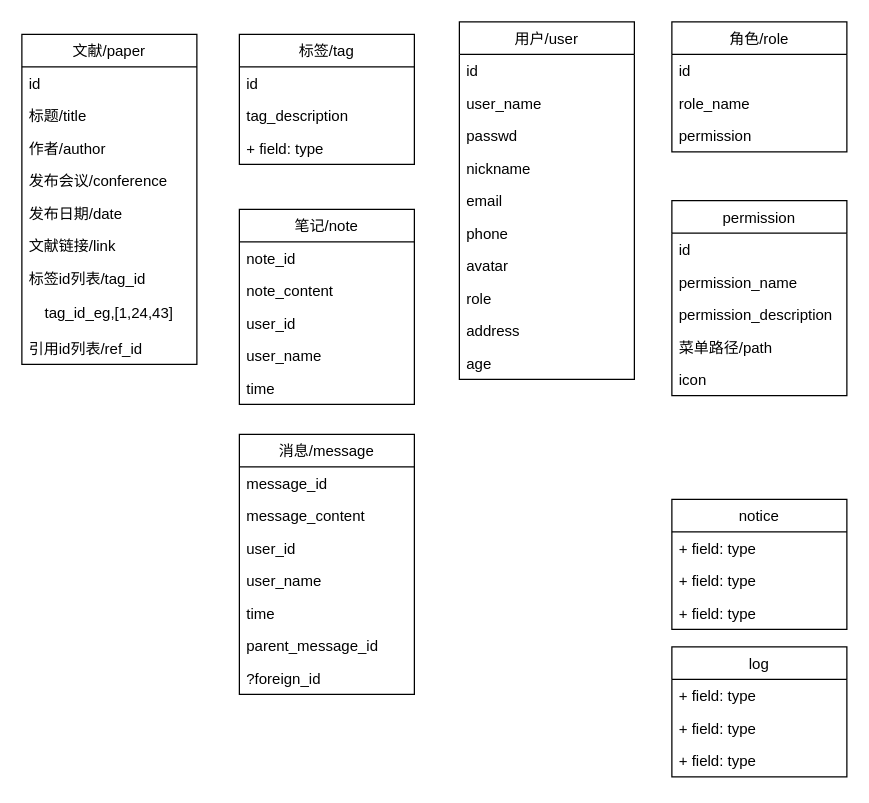
Earlier version of the draw.io diagram doc/paper.drawio (853870536/database-project). Source tidied: cells renumbered, new cells numbered last; positions are measured from the earlier drawing's top-left corner, leaving out a move shared by most shapes. Both pictures are drawn from the tidied source at 125%, with x=0, y=0 at pixel (21, 21).
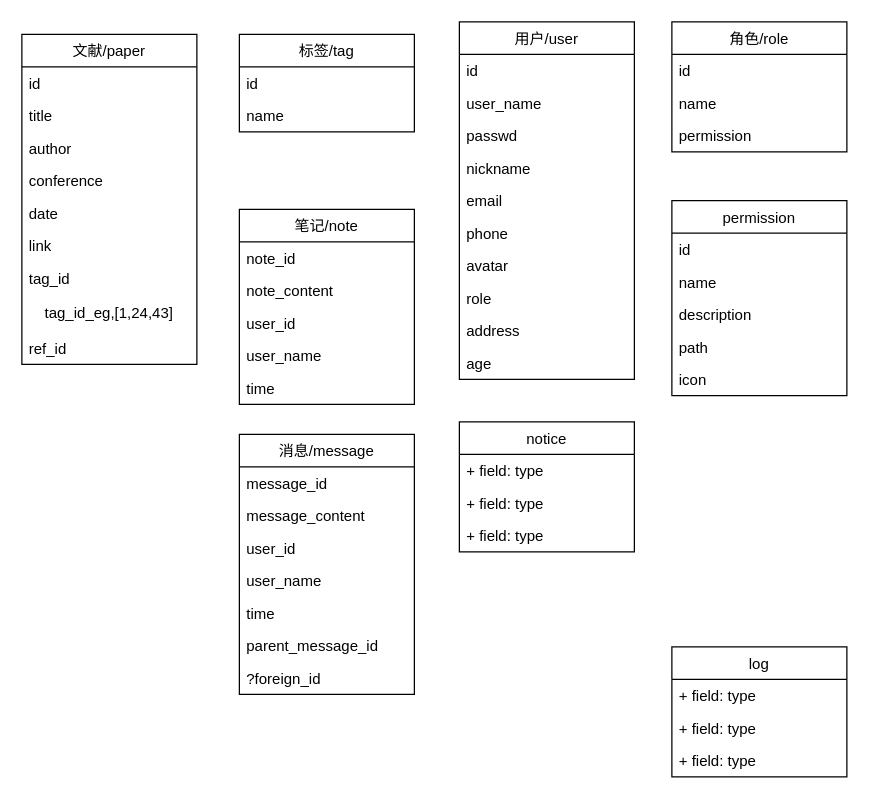
The same diagram, later.

The change refers to these unchanged cells:
```xml
<mxCell id="2" value="文献/paper" style="swimlane;fontStyle=0;horizontal=1;startSize=26;fillColor=none;" parent="1" vertex="1">
  <mxGeometry y="10" width="140" height="264" as="geometry" />
</mxCell>
<mxCell id="27" value="角色/role" style="swimlane;fontStyle=0;horizontal=1;startSize=26;fillColor=none;" parent="1" vertex="1">
  <mxGeometry x="520" width="140" height="104" as="geometry" />
</mxCell>
<mxCell id="31" value="permission" style="swimlane;fontStyle=0;horizontal=1;startSize=26;fillColor=none;" parent="1" vertex="1">
  <mxGeometry x="520" y="143" width="140" height="156" as="geometry" />
</mxCell>
```

What changed in the source:
```diff
@@
-    <mxCell id="4" value="标题/title" style="text;strokeColor=none;fillColor=none;align=left;verticalAlign=top;spacingLeft=4;spacingRight=4;overflow=hidden;" parent="2" vertex="1">
+    <mxCell id="4" value="title" style="text;strokeColor=none;fillColor=none;align=left;verticalAlign=top;spacingLeft=4;spacingRight=4;overflow=hidden;" parent="2" vertex="1">
       <mxGeometry y="52" width="140" height="26" as="geometry" />
     </mxCell>
-    <mxCell id="5" value="作者/author" style="text;strokeColor=none;fillColor=none;align=left;verticalAlign=top;spacingLeft=4;spacingRight=4;overflow=hidden;" parent="2" vertex="1">
+    <mxCell id="5" value="author" style="text;strokeColor=none;fillColor=none;align=left;verticalAlign=top;spacingLeft=4;spacingRight=4;overflow=hidden;" parent="2" vertex="1">
       <mxGeometry y="78" width="140" height="26" as="geometry" />
     </mxCell>
-    <mxCell id="6" value="发布会议/conference" style="text;strokeColor=none;fillColor=none;align=left;verticalAlign=top;spacingLeft=4;spacingRight=4;overflow=hidden;" parent="2" vertex="1">
+    <mxCell id="6" value="conference" style="text;strokeColor=none;fillColor=none;align=left;verticalAlign=top;spacingLeft=4;spacingRight=4;overflow=hidden;" parent="2" vertex="1">
       <mxGeometry y="104" width="140" height="26" as="geometry" />
     </mxCell>
-    <mxCell id="7" value="发布日期/date" style="text;strokeColor=none;fillColor=none;align=left;verticalAlign=top;spacingLeft=4;spacingRight=4;overflow=hidden;" parent="2" vertex="1">
+    <mxCell id="7" value="date" style="text;strokeColor=none;fillColor=none;align=left;verticalAlign=top;spacingLeft=4;spacingRight=4;overflow=hidden;" parent="2" vertex="1">
       <mxGeometry y="130" width="140" height="26" as="geometry" />
     </mxCell>
-    <mxCell id="8" value="⽂献链接/link" style="text;strokeColor=none;fillColor=none;align=left;verticalAlign=top;spacingLeft=4;spacingRight=4;overflow=hidden;" parent="2" vertex="1">
+    <mxCell id="8" value="link" style="text;strokeColor=none;fillColor=none;align=left;verticalAlign=top;spacingLeft=4;spacingRight=4;overflow=hidden;" parent="2" vertex="1">
       <mxGeometry y="156" width="140" height="26" as="geometry" />
     </mxCell>
-    <mxCell id="9" value="标签id列表/tag_id" style="text;strokeColor=none;fillColor=none;align=left;verticalAlign=top;spacingLeft=4;spacingRight=4;overflow=hidden;" parent="2" vertex="1">
+    <mxCell id="9" value="tag_id" style="text;strokeColor=none;fillColor=none;align=left;verticalAlign=top;spacingLeft=4;spacingRight=4;overflow=hidden;" parent="2" vertex="1">
       <mxGeometry y="182" width="140" height="26" as="geometry" />
     </mxCell>
@@
-    <mxCell id="11" value="引用id列表/ref_id" style="text;strokeColor=none;fillColor=none;align=left;verticalAlign=top;spacingLeft=4;spacingRight=4;overflow=hidden;" parent="2" vertex="1">
+    <mxCell id="11" value="ref_id" style="text;strokeColor=none;fillColor=none;align=left;verticalAlign=top;spacingLeft=4;spacingRight=4;overflow=hidden;" parent="2" vertex="1">
       <mxGeometry y="238" width="140" height="26" as="geometry" />
     </mxCell>
     <mxCell id="12" value="标签/tag" style="swimlane;fontStyle=0;horizontal=1;startSize=26;fillColor=none;" parent="1" vertex="1">
-      <mxGeometry x="174" y="10" width="140" height="104" as="geometry" />
+      <mxGeometry x="174" y="10" width="140" height="78" as="geometry" />
     </mxCell>
@@
-    <mxCell id="14" value="tag_description" style="text;strokeColor=none;fillColor=none;align=left;verticalAlign=top;spacingLeft=4;spacingRight=4;overflow=hidden;" parent="12" vertex="1">
+    <mxCell id="14" value="name" style="text;strokeColor=none;fillColor=none;align=left;verticalAlign=top;spacingLeft=4;spacingRight=4;overflow=hidden;" parent="12" vertex="1">
       <mxGeometry y="52" width="140" height="26" as="geometry" />
     </mxCell>
-    <mxCell id="15" value="+ field: type" style="text;strokeColor=none;fillColor=none;align=left;verticalAlign=top;spacingLeft=4;spacingRight=4;overflow=hidden;" parent="12" vertex="1">
-      <mxGeometry y="78" width="140" height="26" as="geometry" />
-    </mxCell>
@@
-    <mxCell id="29" value="role_name" style="text;strokeColor=none;fillColor=none;align=left;verticalAlign=top;spacingLeft=4;spacingRight=4;overflow=hidden;" parent="27" vertex="1">
+    <mxCell id="29" value="name" style="text;strokeColor=none;fillColor=none;align=left;verticalAlign=top;spacingLeft=4;spacingRight=4;overflow=hidden;" parent="27" vertex="1">
       <mxGeometry y="52" width="140" height="26" as="geometry" />
     </mxCell>
@@
-    <mxCell id="33" value="permission_name" style="text;strokeColor=none;fillColor=none;align=left;verticalAlign=top;spacingLeft=4;spacingRight=4;overflow=hidden;" parent="31" vertex="1">
+    <mxCell id="33" value="name" style="text;strokeColor=none;fillColor=none;align=left;verticalAlign=top;spacingLeft=4;spacingRight=4;overflow=hidden;" parent="31" vertex="1">
       <mxGeometry y="52" width="140" height="26" as="geometry" />
     </mxCell>
-    <mxCell id="34" value="permission_description" style="text;strokeColor=none;fillColor=none;align=left;verticalAlign=top;spacingLeft=4;spacingRight=4;overflow=hidden;" parent="31" vertex="1">
+    <mxCell id="34" value="description" style="text;strokeColor=none;fillColor=none;align=left;verticalAlign=top;spacingLeft=4;spacingRight=4;overflow=hidden;" parent="31" vertex="1">
       <mxGeometry y="78" width="140" height="26" as="geometry" />
     </mxCell>
-    <mxCell id="35" value="菜单路径/path" style="text;strokeColor=none;fillColor=none;align=left;verticalAlign=top;spacingLeft=4;spacingRight=4;overflow=hidden;" parent="31" vertex="1">
+    <mxCell id="35" value="path" style="text;strokeColor=none;fillColor=none;align=left;verticalAlign=top;spacingLeft=4;spacingRight=4;overflow=hidden;" parent="31" vertex="1">
       <mxGeometry y="104" width="140" height="26" as="geometry" />
     </mxCell>
@@
     <mxCell id="51" value="notice" style="swimlane;fontStyle=0;horizontal=1;startSize=26;fillColor=none;" parent="1" vertex="1">
-      <mxGeometry x="520" y="382" width="140" height="104" as="geometry" />
+      <mxGeometry x="350" y="320" width="140" height="104" as="geometry" />
     </mxCell>
```
